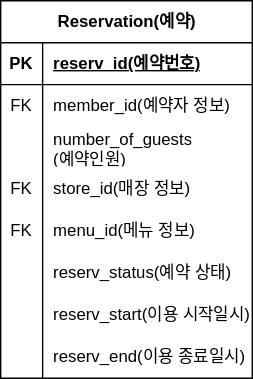
Above: reservation_erd.drawio.svg in gunsight1/boot-up1-samsik (draw.io), before the change. Source tidied: cells renumbered, new cells last; positions are measured from the earlier drawing's top-left corner, leaving out a move shared by most shapes. Source of this version:
```xml
<mxGraphModel>
  <root>
    <mxCell id="0" />
    <mxCell id="1" parent="0" />
    <mxCell id="2" value="Reservation(예약)" style="shape=table;startSize=30;rowLines=0;fontStyle=1;align=center;html=1;" parent="1" vertex="1">
      <mxGeometry width="180" height="270" as="geometry" />
    </mxCell>
    <mxCell id="3" style="shape=tableRow;horizontal=0;startSize=0;swimlaneHead=0;swimlaneBody=0;fillColor=none;top=0;left=0;right=0;bottom=1;" parent="2" vertex="1">
      <mxGeometry y="30" width="180" height="30" as="geometry" />
    </mxCell>
    <mxCell id="4" value="PK" style="shape=partialRectangle;fillColor=none;top=0;left=0;bottom=0;right=0;fontStyle=1;overflow=hidden;whiteSpace=wrap;html=1;" parent="3" vertex="1">
      <mxGeometry width="30" height="30" as="geometry" />
    </mxCell>
    <mxCell id="5" value="reserv_id(예약번호)" style="shape=partialRectangle;fillColor=none;top=0;left=0;bottom=0;right=0;align=left;spacingLeft=6;fontStyle=5;overflow=hidden;whiteSpace=wrap;html=1;" parent="3" vertex="1">
      <mxGeometry x="30" width="150" height="30" as="geometry" />
    </mxCell>
    <mxCell id="6" style="shape=tableRow;horizontal=0;startSize=0;swimlaneHead=0;swimlaneBody=0;fillColor=none;top=0;left=0;right=0;bottom=0;" parent="2" vertex="1">
      <mxGeometry y="60" width="180" height="30" as="geometry" />
    </mxCell>
    <mxCell id="7" value="FK" style="shape=partialRectangle;fillColor=none;top=0;left=0;bottom=0;right=0;overflow=hidden;whiteSpace=wrap;html=1;" parent="6" vertex="1">
      <mxGeometry width="30" height="30" as="geometry" />
    </mxCell>
    <mxCell id="8" value="member_id(예약자 정보)" style="shape=partialRectangle;fillColor=none;top=0;left=0;bottom=0;right=0;align=left;spacingLeft=6;overflow=hidden;whiteSpace=wrap;html=1;" parent="6" vertex="1">
      <mxGeometry x="30" width="150" height="30" as="geometry" />
    </mxCell>
    <mxCell id="9" style="shape=tableRow;horizontal=0;startSize=0;swimlaneHead=0;swimlaneBody=0;fillColor=none;top=0;left=0;right=0;bottom=0;" parent="2" vertex="1">
      <mxGeometry y="90" width="180" height="30" as="geometry" />
    </mxCell>
    <mxCell id="10" style="shape=partialRectangle;fillColor=none;top=0;left=0;bottom=0;right=0;overflow=hidden;whiteSpace=wrap;html=1;" parent="9" vertex="1">
      <mxGeometry width="30" height="30" as="geometry" />
    </mxCell>
    <mxCell id="11" value="number_of_guests&lt;br&gt;(예약인원)" style="shape=partialRectangle;fillColor=none;top=0;left=0;bottom=0;right=0;align=left;spacingLeft=6;overflow=hidden;whiteSpace=wrap;html=1;" parent="9" vertex="1">
      <mxGeometry x="30" width="150" height="30" as="geometry" />
    </mxCell>
    <mxCell id="12" style="shape=tableRow;horizontal=0;startSize=0;swimlaneHead=0;swimlaneBody=0;fillColor=none;top=0;left=0;right=0;bottom=0;" parent="2" vertex="1">
      <mxGeometry y="120" width="180" height="30" as="geometry" />
    </mxCell>
    <mxCell id="13" value="FK" style="shape=partialRectangle;fillColor=none;top=0;left=0;bottom=0;right=0;overflow=hidden;whiteSpace=wrap;html=1;" parent="12" vertex="1">
      <mxGeometry width="30" height="30" as="geometry" />
    </mxCell>
    <mxCell id="14" value="store_id(매장 정보)" style="shape=partialRectangle;fillColor=none;top=0;left=0;bottom=0;right=0;align=left;spacingLeft=6;overflow=hidden;whiteSpace=wrap;html=1;" parent="12" vertex="1">
      <mxGeometry x="30" width="150" height="30" as="geometry" />
    </mxCell>
    <mxCell id="15" style="shape=tableRow;horizontal=0;startSize=0;swimlaneHead=0;swimlaneBody=0;fillColor=none;top=0;left=0;right=0;bottom=0;" parent="2" vertex="1">
      <mxGeometry y="150" width="180" height="30" as="geometry" />
    </mxCell>
    <mxCell id="16" value="FK" style="shape=partialRectangle;fillColor=none;top=0;left=0;bottom=0;right=0;overflow=hidden;whiteSpace=wrap;html=1;" parent="15" vertex="1">
      <mxGeometry width="30" height="30" as="geometry" />
    </mxCell>
    <mxCell id="17" value="menu_id(메뉴 정보)" style="shape=partialRectangle;fillColor=none;top=0;left=0;bottom=0;right=0;align=left;spacingLeft=6;overflow=hidden;whiteSpace=wrap;html=1;" parent="15" vertex="1">
      <mxGeometry x="30" width="150" height="30" as="geometry" />
    </mxCell>
    <mxCell id="18" style="shape=tableRow;horizontal=0;startSize=0;swimlaneHead=0;swimlaneBody=0;fillColor=none;top=0;left=0;right=0;bottom=0;" parent="2" vertex="1">
      <mxGeometry y="180" width="180" height="30" as="geometry" />
    </mxCell>
    <mxCell id="19" style="shape=partialRectangle;fillColor=none;top=0;left=0;bottom=0;right=0;overflow=hidden;whiteSpace=wrap;html=1;" parent="18" vertex="1">
      <mxGeometry width="30" height="30" as="geometry" />
    </mxCell>
    <mxCell id="20" value="reserv_status(예약 상태)" style="shape=partialRectangle;fillColor=none;top=0;left=0;bottom=0;right=0;align=left;spacingLeft=6;overflow=hidden;whiteSpace=wrap;html=1;" parent="18" vertex="1">
      <mxGeometry x="30" width="150" height="30" as="geometry" />
    </mxCell>
    <mxCell id="21" style="shape=tableRow;horizontal=0;startSize=0;swimlaneHead=0;swimlaneBody=0;fillColor=none;top=0;left=0;right=0;bottom=0;" parent="2" vertex="1">
      <mxGeometry y="210" width="180" height="30" as="geometry" />
    </mxCell>
    <mxCell id="22" style="shape=partialRectangle;fillColor=none;top=0;left=0;bottom=0;right=0;overflow=hidden;whiteSpace=wrap;html=1;" parent="21" vertex="1">
      <mxGeometry width="30" height="30" as="geometry" />
    </mxCell>
    <mxCell id="23" value="reserv_start(이용 시작일시)" style="shape=partialRectangle;fillColor=none;top=0;left=0;bottom=0;right=0;align=left;spacingLeft=6;overflow=hidden;whiteSpace=wrap;html=1;" parent="21" vertex="1">
      <mxGeometry x="30" width="150" height="30" as="geometry" />
    </mxCell>
    <mxCell id="24" style="shape=tableRow;horizontal=0;startSize=0;swimlaneHead=0;swimlaneBody=0;fillColor=none;top=0;left=0;right=0;bottom=0;" parent="2" vertex="1">
      <mxGeometry y="240" width="180" height="30" as="geometry" />
    </mxCell>
    <mxCell id="25" style="shape=partialRectangle;fillColor=none;top=0;left=0;bottom=0;right=0;overflow=hidden;whiteSpace=wrap;html=1;" parent="24" vertex="1">
      <mxGeometry width="30" height="30" as="geometry" />
    </mxCell>
    <mxCell id="26" value="reserv_end(이용 종료일시)" style="shape=partialRectangle;fillColor=none;top=0;left=0;bottom=0;right=0;align=left;spacingLeft=6;overflow=hidden;whiteSpace=wrap;html=1;" parent="24" vertex="1">
      <mxGeometry x="30" width="150" height="30" as="geometry" />
    </mxCell>
  </root>
</mxGraphModel>
```
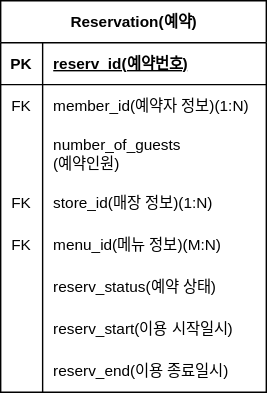
The same diagram one commit later.

Diff of the diagram source:
```diff
@@ -2,80 +2,80 @@
   <root>
     <mxCell id="0" />
     <mxCell id="1" parent="0" />
-    <mxCell id="2" value="Reservation(예약)" style="shape=table;startSize=30;rowLines=0;fontStyle=1;align=center;html=1;" parent="1" vertex="1">
-      <mxGeometry width="180" height="270" as="geometry" />
+    <mxCell id="2" value="Reservation(예약)" style="shape=table;startSize=30;rowLines=0;fontStyle=1;align=center;html=1;fontSize=11;" parent="1" vertex="1">
+      <mxGeometry width="190" height="280" as="geometry" />
     </mxCell>
-    <mxCell id="3" style="shape=tableRow;horizontal=0;startSize=0;swimlaneHead=0;swimlaneBody=0;fillColor=none;top=0;left=0;right=0;bottom=1;" parent="2" vertex="1">
-      <mxGeometry y="30" width="180" height="30" as="geometry" />
+    <mxCell id="3" style="shape=tableRow;horizontal=0;startSize=0;swimlaneHead=0;swimlaneBody=0;fillColor=none;top=0;left=0;right=0;bottom=1;fontSize=11;" parent="2" vertex="1">
+      <mxGeometry y="30" width="190" height="30" as="geometry" />
     </mxCell>
-    <mxCell id="4" value="PK" style="shape=partialRectangle;fillColor=none;top=0;left=0;bottom=0;right=0;fontStyle=1;overflow=hidden;whiteSpace=wrap;html=1;" parent="3" vertex="1">
+    <mxCell id="4" value="PK" style="shape=partialRectangle;fillColor=none;top=0;left=0;bottom=0;right=0;fontStyle=1;overflow=hidden;whiteSpace=wrap;html=1;fontSize=11;" parent="3" vertex="1">
       <mxGeometry width="30" height="30" as="geometry" />
     </mxCell>
-    <mxCell id="5" value="reserv_id(예약번호)" style="shape=partialRectangle;fillColor=none;top=0;left=0;bottom=0;right=0;align=left;spacingLeft=6;fontStyle=5;overflow=hidden;whiteSpace=wrap;html=1;" parent="3" vertex="1">
-      <mxGeometry x="30" width="150" height="30" as="geometry" />
+    <mxCell id="5" value="reserv_id(예약번호)" style="shape=partialRectangle;fillColor=none;top=0;left=0;bottom=0;right=0;align=left;spacingLeft=6;fontStyle=5;overflow=hidden;whiteSpace=wrap;html=1;fontSize=11;" parent="3" vertex="1">
+      <mxGeometry x="30" width="160" height="30" as="geometry" />
     </mxCell>
-    <mxCell id="6" style="shape=tableRow;horizontal=0;startSize=0;swimlaneHead=0;swimlaneBody=0;fillColor=none;top=0;left=0;right=0;bottom=0;" parent="2" vertex="1">
-      <mxGeometry y="60" width="180" height="30" as="geometry" />
-    </mxCell>
+    <mxCell id="27" style="shape=tableRow;horizontal=0;startSize=0;swimlaneHead=0;swimlaneBody=0;fillColor=none;top=0;left=0;right=0;bottom=0;fontSize=11;" parent="2" vertex="1">
+      <mxGeometry y="60" width="190" height="30" as="geometry" />
+    </mxCell>
-    <mxCell id="7" value="FK" style="shape=partialRectangle;fillColor=none;top=0;left=0;bottom=0;right=0;overflow=hidden;whiteSpace=wrap;html=1;" parent="6" vertex="1">
+    <mxCell id="7" value="FK" style="shape=partialRectangle;fillColor=none;top=0;left=0;bottom=0;right=0;overflow=hidden;whiteSpace=wrap;html=1;fontSize=11;" parent="27" vertex="1">
       <mxGeometry width="30" height="30" as="geometry" />
     </mxCell>
-    <mxCell id="8" value="member_id(예약자 정보)" style="shape=partialRectangle;fillColor=none;top=0;left=0;bottom=0;right=0;align=left;spacingLeft=6;overflow=hidden;whiteSpace=wrap;html=1;" parent="6" vertex="1">
-      <mxGeometry x="30" width="150" height="30" as="geometry" />
-    </mxCell>
+    <mxCell id="28" value="member_id(예약자 정보)(1:N)" style="shape=partialRectangle;fillColor=none;top=0;left=0;bottom=0;right=0;align=left;spacingLeft=6;overflow=hidden;whiteSpace=wrap;html=1;fontSize=11;" parent="27" vertex="1">
+      <mxGeometry x="30" width="160" height="30" as="geometry" />
+    </mxCell>
-    <mxCell id="9" style="shape=tableRow;horizontal=0;startSize=0;swimlaneHead=0;swimlaneBody=0;fillColor=none;top=0;left=0;right=0;bottom=0;" parent="2" vertex="1">
-      <mxGeometry y="90" width="180" height="30" as="geometry" />
+    <mxCell id="9" style="shape=tableRow;horizontal=0;startSize=0;swimlaneHead=0;swimlaneBody=0;fillColor=none;top=0;left=0;right=0;bottom=0;fontSize=11;" parent="2" vertex="1">
+      <mxGeometry y="90" width="190" height="40" as="geometry" />
     </mxCell>
-    <mxCell id="10" style="shape=partialRectangle;fillColor=none;top=0;left=0;bottom=0;right=0;overflow=hidden;whiteSpace=wrap;html=1;" parent="9" vertex="1">
-      <mxGeometry width="30" height="30" as="geometry" />
+    <mxCell id="10" style="shape=partialRectangle;fillColor=none;top=0;left=0;bottom=0;right=0;overflow=hidden;whiteSpace=wrap;html=1;fontSize=11;" parent="9" vertex="1">
+      <mxGeometry width="30" height="40" as="geometry" />
     </mxCell>
-    <mxCell id="11" value="number_of_guests&lt;br&gt;(예약인원)" style="shape=partialRectangle;fillColor=none;top=0;left=0;bottom=0;right=0;align=left;spacingLeft=6;overflow=hidden;whiteSpace=wrap;html=1;" parent="9" vertex="1">
-      <mxGeometry x="30" width="150" height="30" as="geometry" />
+    <mxCell id="11" value="number_of_guests&lt;br style=&quot;font-size: 11px;&quot;&gt;(예약인원)" style="shape=partialRectangle;fillColor=none;top=0;left=0;bottom=0;right=0;align=left;spacingLeft=6;overflow=hidden;whiteSpace=wrap;html=1;fontSize=11;" parent="9" vertex="1">
+      <mxGeometry x="30" width="160" height="40" as="geometry" />
     </mxCell>
-    <mxCell id="12" style="shape=tableRow;horizontal=0;startSize=0;swimlaneHead=0;swimlaneBody=0;fillColor=none;top=0;left=0;right=0;bottom=0;" parent="2" vertex="1">
-      <mxGeometry y="120" width="180" height="30" as="geometry" />
+    <mxCell id="12" style="shape=tableRow;horizontal=0;startSize=0;swimlaneHead=0;swimlaneBody=0;fillColor=none;top=0;left=0;right=0;bottom=0;fontSize=11;" parent="2" vertex="1">
+      <mxGeometry y="130" width="190" height="30" as="geometry" />
     </mxCell>
-    <mxCell id="13" value="FK" style="shape=partialRectangle;fillColor=none;top=0;left=0;bottom=0;right=0;overflow=hidden;whiteSpace=wrap;html=1;" parent="12" vertex="1">
+    <mxCell id="13" value="FK" style="shape=partialRectangle;fillColor=none;top=0;left=0;bottom=0;right=0;overflow=hidden;whiteSpace=wrap;html=1;fontSize=11;" parent="12" vertex="1">
       <mxGeometry width="30" height="30" as="geometry" />
     </mxCell>
-    <mxCell id="14" value="store_id(매장 정보)" style="shape=partialRectangle;fillColor=none;top=0;left=0;bottom=0;right=0;align=left;spacingLeft=6;overflow=hidden;whiteSpace=wrap;html=1;" parent="12" vertex="1">
-      <mxGeometry x="30" width="150" height="30" as="geometry" />
+    <mxCell id="14" value="store_id(매장 정보)(1:N)" style="shape=partialRectangle;fillColor=none;top=0;left=0;bottom=0;right=0;align=left;spacingLeft=6;overflow=hidden;whiteSpace=wrap;html=1;fontSize=11;" parent="12" vertex="1">
+      <mxGeometry x="30" width="160" height="30" as="geometry" />
     </mxCell>
-    <mxCell id="15" style="shape=tableRow;horizontal=0;startSize=0;swimlaneHead=0;swimlaneBody=0;fillColor=none;top=0;left=0;right=0;bottom=0;" parent="2" vertex="1">
-      <mxGeometry y="150" width="180" height="30" as="geometry" />
+    <mxCell id="15" style="shape=tableRow;horizontal=0;startSize=0;swimlaneHead=0;swimlaneBody=0;fillColor=none;top=0;left=0;right=0;bottom=0;fontSize=11;" parent="2" vertex="1">
+      <mxGeometry y="160" width="190" height="30" as="geometry" />
     </mxCell>
-    <mxCell id="16" value="FK" style="shape=partialRectangle;fillColor=none;top=0;left=0;bottom=0;right=0;overflow=hidden;whiteSpace=wrap;html=1;" parent="15" vertex="1">
+    <mxCell id="16" value="FK" style="shape=partialRectangle;fillColor=none;top=0;left=0;bottom=0;right=0;overflow=hidden;whiteSpace=wrap;html=1;fontSize=11;" parent="15" vertex="1">
       <mxGeometry width="30" height="30" as="geometry" />
     </mxCell>
-    <mxCell id="17" value="menu_id(메뉴 정보)" style="shape=partialRectangle;fillColor=none;top=0;left=0;bottom=0;right=0;align=left;spacingLeft=6;overflow=hidden;whiteSpace=wrap;html=1;" parent="15" vertex="1">
-      <mxGeometry x="30" width="150" height="30" as="geometry" />
+    <mxCell id="17" value="menu_id(메뉴 정보)(M:N)" style="shape=partialRectangle;fillColor=none;top=0;left=0;bottom=0;right=0;align=left;spacingLeft=6;overflow=hidden;whiteSpace=wrap;html=1;fontSize=11;" parent="15" vertex="1">
+      <mxGeometry x="30" width="160" height="30" as="geometry" />
     </mxCell>
-    <mxCell id="18" style="shape=tableRow;horizontal=0;startSize=0;swimlaneHead=0;swimlaneBody=0;fillColor=none;top=0;left=0;right=0;bottom=0;" parent="2" vertex="1">
-      <mxGeometry y="180" width="180" height="30" as="geometry" />
+    <mxCell id="18" style="shape=tableRow;horizontal=0;startSize=0;swimlaneHead=0;swimlaneBody=0;fillColor=none;top=0;left=0;right=0;bottom=0;fontSize=11;" parent="2" vertex="1">
+      <mxGeometry y="190" width="190" height="30" as="geometry" />
     </mxCell>
-    <mxCell id="19" style="shape=partialRectangle;fillColor=none;top=0;left=0;bottom=0;right=0;overflow=hidden;whiteSpace=wrap;html=1;" parent="18" vertex="1">
+    <mxCell id="19" style="shape=partialRectangle;fillColor=none;top=0;left=0;bottom=0;right=0;overflow=hidden;whiteSpace=wrap;html=1;fontSize=11;" parent="18" vertex="1">
       <mxGeometry width="30" height="30" as="geometry" />
     </mxCell>
-    <mxCell id="20" value="reserv_status(예약 상태)" style="shape=partialRectangle;fillColor=none;top=0;left=0;bottom=0;right=0;align=left;spacingLeft=6;overflow=hidden;whiteSpace=wrap;html=1;" parent="18" vertex="1">
-      <mxGeometry x="30" width="150" height="30" as="geometry" />
+    <mxCell id="20" value="reserv_status(예약 상태)" style="shape=partialRectangle;fillColor=none;top=0;left=0;bottom=0;right=0;align=left;spacingLeft=6;overflow=hidden;whiteSpace=wrap;html=1;fontSize=11;" parent="18" vertex="1">
+      <mxGeometry x="30" width="160" height="30" as="geometry" />
     </mxCell>
-    <mxCell id="21" style="shape=tableRow;horizontal=0;startSize=0;swimlaneHead=0;swimlaneBody=0;fillColor=none;top=0;left=0;right=0;bottom=0;" parent="2" vertex="1">
-      <mxGeometry y="210" width="180" height="30" as="geometry" />
+    <mxCell id="21" style="shape=tableRow;horizontal=0;startSize=0;swimlaneHead=0;swimlaneBody=0;fillColor=none;top=0;left=0;right=0;bottom=0;fontSize=11;" parent="2" vertex="1">
+      <mxGeometry y="220" width="190" height="30" as="geometry" />
     </mxCell>
-    <mxCell id="22" style="shape=partialRectangle;fillColor=none;top=0;left=0;bottom=0;right=0;overflow=hidden;whiteSpace=wrap;html=1;" parent="21" vertex="1">
+    <mxCell id="22" style="shape=partialRectangle;fillColor=none;top=0;left=0;bottom=0;right=0;overflow=hidden;whiteSpace=wrap;html=1;fontSize=11;" parent="21" vertex="1">
       <mxGeometry width="30" height="30" as="geometry" />
     </mxCell>
-    <mxCell id="23" value="reserv_start(이용 시작일시)" style="shape=partialRectangle;fillColor=none;top=0;left=0;bottom=0;right=0;align=left;spacingLeft=6;overflow=hidden;whiteSpace=wrap;html=1;" parent="21" vertex="1">
-      <mxGeometry x="30" width="150" height="30" as="geometry" />
+    <mxCell id="23" value="reserv_start(이용 시작일시)" style="shape=partialRectangle;fillColor=none;top=0;left=0;bottom=0;right=0;align=left;spacingLeft=6;overflow=hidden;whiteSpace=wrap;html=1;fontSize=11;" parent="21" vertex="1">
+      <mxGeometry x="30" width="160" height="30" as="geometry" />
     </mxCell>
-    <mxCell id="24" style="shape=tableRow;horizontal=0;startSize=0;swimlaneHead=0;swimlaneBody=0;fillColor=none;top=0;left=0;right=0;bottom=0;" parent="2" vertex="1">
-      <mxGeometry y="240" width="180" height="30" as="geometry" />
+    <mxCell id="24" style="shape=tableRow;horizontal=0;startSize=0;swimlaneHead=0;swimlaneBody=0;fillColor=none;top=0;left=0;right=0;bottom=0;fontSize=11;" parent="2" vertex="1">
+      <mxGeometry y="250" width="190" height="30" as="geometry" />
     </mxCell>
-    <mxCell id="25" style="shape=partialRectangle;fillColor=none;top=0;left=0;bottom=0;right=0;overflow=hidden;whiteSpace=wrap;html=1;" parent="24" vertex="1">
+    <mxCell id="25" style="shape=partialRectangle;fillColor=none;top=0;left=0;bottom=0;right=0;overflow=hidden;whiteSpace=wrap;html=1;fontSize=11;" parent="24" vertex="1">
       <mxGeometry width="30" height="30" as="geometry" />
     </mxCell>
-    <mxCell id="26" value="reserv_end(이용 종료일시)" style="shape=partialRectangle;fillColor=none;top=0;left=0;bottom=0;right=0;align=left;spacingLeft=6;overflow=hidden;whiteSpace=wrap;html=1;" parent="24" vertex="1">
-      <mxGeometry x="30" width="150" height="30" as="geometry" />
+    <mxCell id="26" value="reserv_end(이용 종료일시)" style="shape=partialRectangle;fillColor=none;top=0;left=0;bottom=0;right=0;align=left;spacingLeft=6;overflow=hidden;whiteSpace=wrap;html=1;fontSize=11;" parent="24" vertex="1">
+      <mxGeometry x="30" width="160" height="30" as="geometry" />
     </mxCell>
   </root>
 </mxGraphModel>
```
